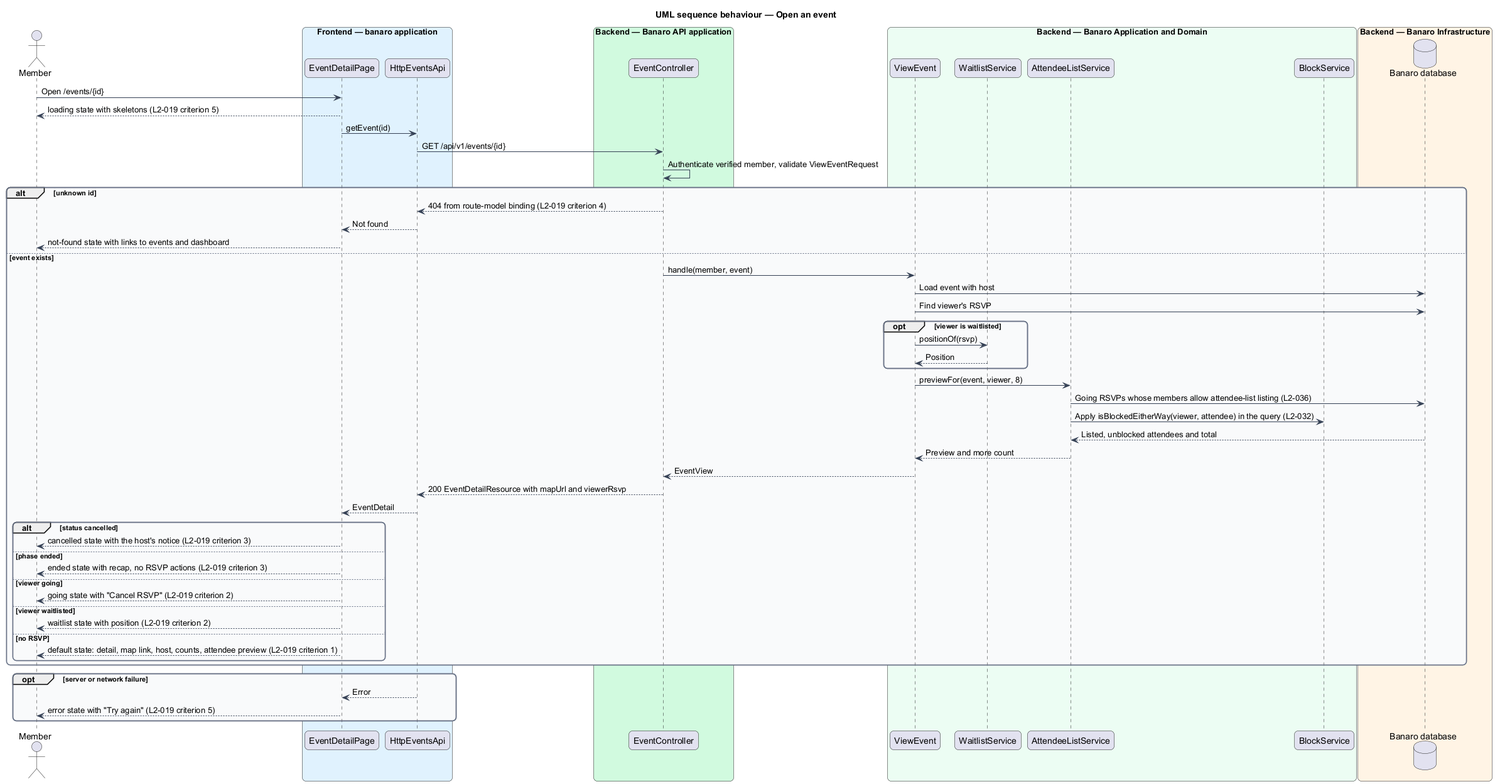
Earlier version of the PlantUML export docs/detailed-designs/events/view-event/diagrams/sequence-view-event.png (QuinntyneBrown/banaro). Its diagram source:
```plantuml
@startuml
title UML sequence behaviour — Open an event
skinparam backgroundColor #FFFFFF
skinparam shadowing false
skinparam roundcorner 12
skinparam defaultFontName Arial
skinparam ArrowColor #344054
skinparam rectangle {
  BorderColor #344054
  FontColor #101828
}
skinparam package {
  BorderColor #667085
  FontColor #101828
  BackgroundColor #F9FAFB
}
actor "Member" as actor
box "Frontend — banaro application" #E0F2FE
  participant "EventDetailPage" as page
  participant "HttpEventsApi" as client
end box
box "Backend — Banaro API application" #D1FADF
  participant "EventController" as controller
end box
box "Backend — Banaro Application and Domain" #ECFDF3
  participant "ViewEvent" as action
  participant "WaitlistService" as waitlist
  participant "AttendeeListService" as attendees
  participant "BlockService" as block
end box
box "Backend — Banaro Infrastructure" #FFF4E5
  database "Banaro database" as db
end box

actor -> page : Open /events/{id}
page --> actor : loading state with skeletons (L2-019 criterion 5)
page -> client : getEvent(id)
client -> controller : GET /api/v1/events/{id}
controller -> controller : Authenticate verified member, validate ViewEventRequest
alt unknown id
  controller --> client : 404 from route-model binding (L2-019 criterion 4)
  client --> page : Not found
  page --> actor : not-found state with links to events and dashboard
else event exists
  controller -> action : handle(member, event)
  action -> db : Load event with host
  action -> db : Find viewer's RSVP
  opt viewer is waitlisted
    action -> waitlist : positionOf(rsvp)
    waitlist --> action : Position
  end
  action -> attendees : previewFor(event, viewer, 8)
  attendees -> db : Going RSVPs whose members allow attendee-list listing (L2-036)
  attendees -> block : Apply isBlockedEitherWay(viewer, attendee) in the query (L2-032)
  db --> attendees : Listed, unblocked attendees and total
  attendees --> action : Preview and more count
  action --> controller : EventView
  controller --> client : 200 EventDetailResource with mapUrl and viewerRsvp
  client --> page : EventDetail
  alt status cancelled
    page --> actor : cancelled state with the host's notice (L2-019 criterion 3)
  else phase ended
    page --> actor : ended state with recap, no RSVP actions (L2-019 criterion 3)
  else viewer going
    page --> actor : going state with "Cancel RSVP" (L2-019 criterion 2)
  else viewer waitlisted
    page --> actor : waitlist state with position (L2-019 criterion 2)
  else no RSVP
    page --> actor : default state: detail, map link, host, counts, attendee preview (L2-019 criterion 1)
  end
end
opt server or network failure
  client --> page : Error
  page --> actor : error state with "Try again" (L2-019 criterion 5)
end
@enduml
```
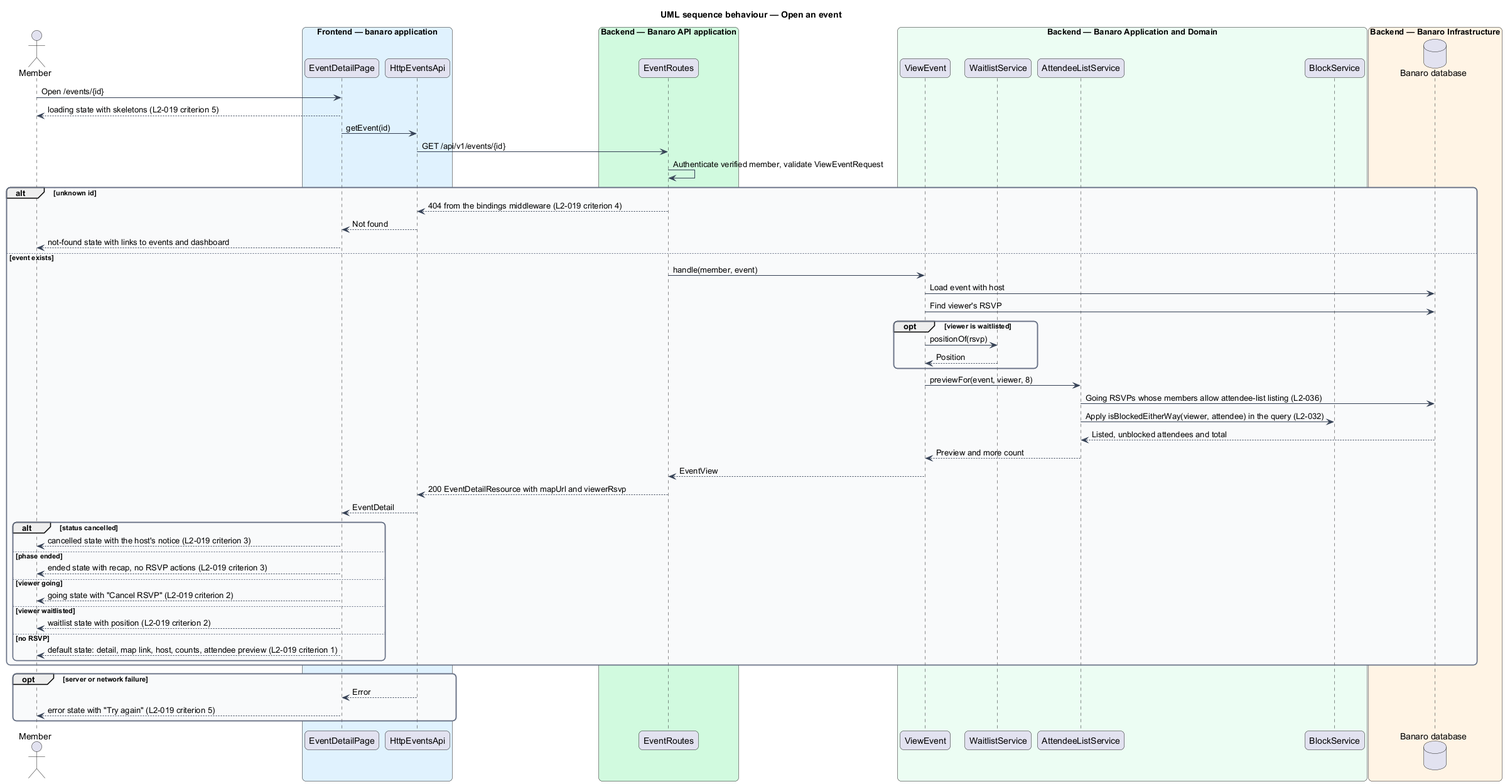
The same file after the commit.

The edit, as a diff of the source:
```diff
@@ -20,7 +20,7 @@
   participant "HttpEventsApi" as client
 end box
 box "Backend — Banaro API application" #D1FADF
-  participant "EventController" as controller
+  participant "EventRoutes" as controller
 end box
 box "Backend — Banaro Application and Domain" #ECFDF3
   participant "ViewEvent" as action
@@ -38,7 +38,7 @@
 client -> controller : GET /api/v1/events/{id}
 controller -> controller : Authenticate verified member, validate ViewEventRequest
 alt unknown id
-  controller --> client : 404 from route-model binding (L2-019 criterion 4)
+  controller --> client : 404 from the bindings middleware (L2-019 criterion 4)
   client --> page : Not found
   page --> actor : not-found state with links to events and dashboard
 else event exists
```
